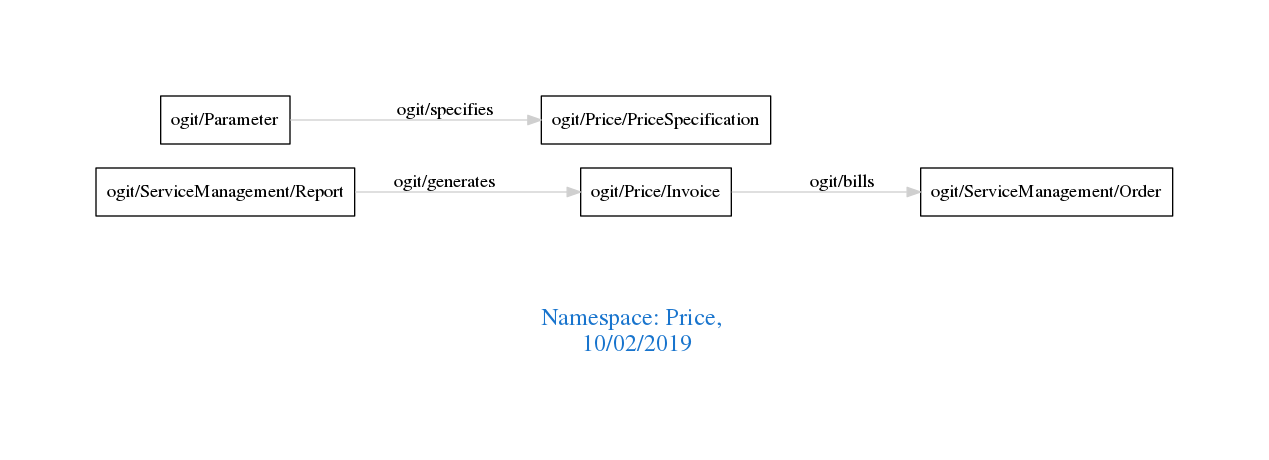
This is downloads/Price.png from arago/OGIT, a Graphviz export, as it was before one commit. Its source is kept beside it as downloads/Price.dot.
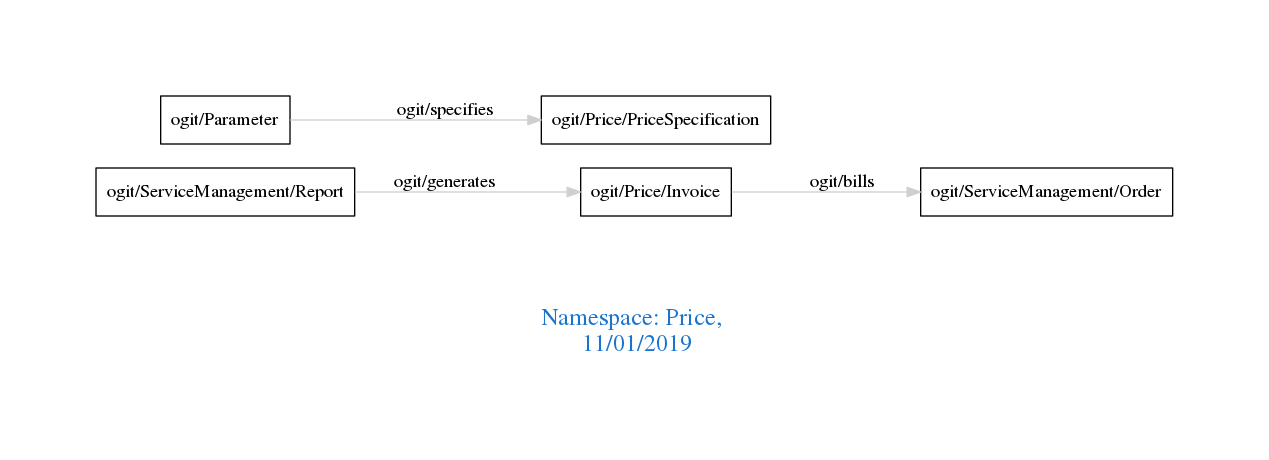
Above is the later version.

The edit, as a diff of the source:
```diff
@@ -1,7 +1,7 @@
 digraph OGIT_ontology {
  graph [ rankdir= LR,pad=1
 fontsize = 18,
-fontcolor= dodgerblue3,label = "\n\n\nNamespace: Price, \n 10/02/2019"];
+fontcolor= dodgerblue3,label = "\n\n\nNamespace: Price, \n 11/01/2019"];
 node[shape=polygon];
 edge [  color="gray81"];
 
```
